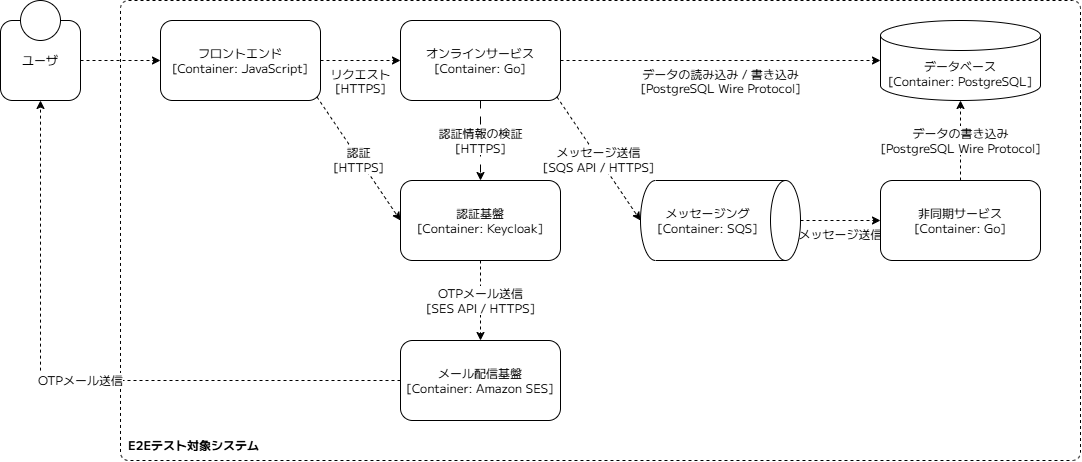
The draw.io diagram docs/20261013_e2e_test_feedback_loop/imgs/overview.drawio.png in rhumie/tech-blog, before a commit. Source tidied: cells renumbered, new cells last; positions are measured from the earlier drawing's top-left corner, leaving out a move shared by most shapes. The source it was exported from:
```xml
<mxGraphModel>
  <root>
    <mxCell id="0" />
    <mxCell id="1" parent="0" />
    <mxCell id="2" value="E2Eテスト対象システム" style="rounded=1;whiteSpace=wrap;html=1;roundedPerimeter=1;strokeColor=default;dashed=1;fillColor=none;fontFamily=M PLUS 1;align=left;verticalAlign=bottom;spacing=8;absoluteArcSize=1;arcSize=16;fontStyle=1;fontSize=12;" parent="1" vertex="1">
      <mxGeometry x="120" width="960" height="460" as="geometry" />
    </mxCell>
    <mxCell id="3" style="edgeStyle=none;html=1;exitX=1;exitY=0.5;exitDx=0;exitDy=0;entryX=0;entryY=0.5;entryDx=0;entryDy=0;fontFamily=M PLUS 1;fontSize=12;dashed=1;" parent="1" edge="1" source="4" target="7">
      <mxGeometry relative="1" as="geometry" />
    </mxCell>
    <mxCell id="4" value="ユーザ" style="rounded=1;whiteSpace=wrap;html=1;roundedPerimeter=1;fontFamily=M PLUS 1;fontSize=12;" parent="1" vertex="1">
      <mxGeometry y="20" width="80" height="80" as="geometry" />
    </mxCell>
    <mxCell id="5" value="リクエスト&lt;br&gt;[HTTPS]" style="edgeStyle=none;html=1;exitX=1;exitY=0.5;exitDx=0;exitDy=0;entryX=0;entryY=0.5;entryDx=0;entryDy=0;fontSize=12;fontFamily=M PLUS 1;dashed=1;verticalAlign=top;" parent="1" edge="1" source="7" target="10">
      <mxGeometry relative="1" as="geometry" />
    </mxCell>
    <mxCell id="6" value="&lt;div&gt;認証&lt;/div&gt;[HTTPS]" style="edgeStyle=none;html=1;exitX=1;exitY=1;exitDx=0;exitDy=0;entryX=0;entryY=0.5;entryDx=0;entryDy=0;fontFamily=M PLUS 1;fontSize=12;dashed=1;" parent="1" edge="1" source="7" target="11">
      <mxGeometry relative="1" as="geometry" />
    </mxCell>
    <mxCell id="7" value="フロントエンド&lt;br&gt;&lt;div&gt;[Container: JavaScript]&lt;/div&gt;" style="rounded=1;whiteSpace=wrap;html=1;roundedPerimeter=1;fontFamily=M PLUS 1;fontSize=12;" parent="1" vertex="1">
      <mxGeometry x="160" y="20" width="160" height="80" as="geometry" />
    </mxCell>
    <mxCell id="8" value="データの読み込み / 書き込み&lt;br&gt;[PostgreSQL Wire Protocol]" style="edgeStyle=none;html=1;exitX=1;exitY=0.5;exitDx=0;exitDy=0;entryX=0;entryY=0.5;entryDx=0;entryDy=0;fontFamily=M PLUS 1;fontSize=12;entryPerimeter=0;dashed=1;verticalAlign=top;" parent="1" edge="1" source="10" target="12">
      <mxGeometry relative="1" as="geometry" />
    </mxCell>
    <mxCell id="9" value="認証情報の検証&lt;br&gt;[HTTPS]" style="edgeStyle=none;html=1;exitX=0.5;exitY=1;exitDx=0;exitDy=0;entryX=0.5;entryY=0;entryDx=0;entryDy=0;fontFamily=M PLUS 1;fontSize=12;dashed=1;dashPattern=8 8;" parent="1" edge="1" source="10" target="11">
      <mxGeometry relative="1" as="geometry" />
    </mxCell>
    <mxCell id="10" value="オンラインサービス&lt;br&gt;&lt;div&gt;[Container: Go]&lt;/div&gt;" style="rounded=1;whiteSpace=wrap;html=1;roundedPerimeter=1;fontFamily=M PLUS 1;fontSize=12;" parent="1" vertex="1">
      <mxGeometry x="400" y="20" width="160" height="80" as="geometry" />
    </mxCell>
    <mxCell id="11" value="&lt;div&gt;認証基盤&lt;br&gt;[Container: Keycloak&lt;span style=&quot;background-color: transparent; color: light-dark(rgb(0, 0, 0), rgb(255, 255, 255));&quot;&gt;]&lt;/span&gt;&lt;/div&gt;" style="rounded=1;whiteSpace=wrap;html=1;roundedPerimeter=1;fontFamily=M PLUS 1;fontSize=12;" parent="1" vertex="1">
      <mxGeometry x="400" y="180" width="160" height="80" as="geometry" />
    </mxCell>
    <mxCell id="12" value="&lt;span style=&quot;&quot;&gt;データベース&lt;/span&gt;&lt;br style=&quot;&quot;&gt;&lt;span style=&quot;&quot;&gt;[Container: PostgreSQL]&lt;/span&gt;" style="shape=cylinder3;whiteSpace=wrap;html=1;boundedLbl=1;backgroundOutline=1;size=15;fontFamily=M PLUS 1;fontSize=12;" parent="1" vertex="1">
      <mxGeometry x="880" y="20" width="160" height="80" as="geometry" />
    </mxCell>
    <mxCell id="13" value="メッセージ送信" style="edgeStyle=none;html=1;exitX=0.5;exitY=0;exitDx=0;exitDy=0;exitPerimeter=0;entryX=0;entryY=0.5;entryDx=0;entryDy=0;dashed=1;fontSize=12;fontFamily=M PLUS 1;verticalAlign=top;" parent="1" edge="1" source="14" target="16">
      <mxGeometry relative="1" as="geometry" />
    </mxCell>
    <mxCell id="14" value="メッセージング&lt;br&gt;[Container: SQS]" style="shape=cylinder3;whiteSpace=wrap;html=1;boundedLbl=1;backgroundOutline=1;size=15;direction=south;fontFamily=M PLUS 1;fontSize=12;" parent="1" vertex="1">
      <mxGeometry x="640" y="180" width="160" height="80" as="geometry" />
    </mxCell>
    <mxCell id="15" value="メッセージ送信&lt;br&gt;[SQS API / HTTPS]" style="edgeStyle=none;html=1;exitX=1;exitY=1;exitDx=0;exitDy=0;entryX=0.5;entryY=1;entryDx=0;entryDy=0;entryPerimeter=0;fontFamily=M PLUS 1;fontSize=12;dashed=1;verticalAlign=middle;" parent="1" edge="1" source="10" target="14">
      <mxGeometry relative="1" as="geometry" />
    </mxCell>
    <mxCell id="16" value="非同期サービス&lt;br&gt;[Container: Go]" style="rounded=1;whiteSpace=wrap;html=1;roundedPerimeter=1;fontFamily=M PLUS 1;fontSize=12;" parent="1" vertex="1">
      <mxGeometry x="880" y="180" width="160" height="80" as="geometry" />
    </mxCell>
    <mxCell id="17" value="データの書き込み&lt;br&gt;[PostgreSQL Wire Protocol]" style="edgeStyle=none;html=1;entryX=0.5;entryY=1;entryDx=0;entryDy=0;entryPerimeter=0;fontFamily=M PLUS 1;fontSize=12;dashed=1;verticalAlign=middle;" parent="1" edge="1" source="16" target="12">
      <mxGeometry relative="1" as="geometry" />
    </mxCell>
    <mxCell id="18" value="OTPメール送信" style="edgeStyle=orthogonalEdgeStyle;html=1;exitX=0;exitY=0.5;exitDx=0;exitDy=0;dashed=1;fontFamily=M PLUS 1;fontSize=12;" parent="1" edge="1" source="19" target="4">
      <mxGeometry relative="1" as="geometry" />
    </mxCell>
    <mxCell id="19" value="&lt;div&gt;メール配信基盤&lt;br&gt;[Container: Amazon SES]&lt;/div&gt;" style="rounded=1;whiteSpace=wrap;html=1;roundedPerimeter=1;fontFamily=M PLUS 1;fontSize=12;" parent="1" vertex="1">
      <mxGeometry x="400" y="340" width="160" height="80" as="geometry" />
    </mxCell>
    <mxCell id="20" value="OTPメール送信&lt;br&gt;[SES API / HTTPS]" style="edgeStyle=none;html=1;fontFamily=M PLUS 1;fontSize=12;dashed=1;verticalAlign=middle;exitX=0.5;exitY=1;exitDx=0;exitDy=0;" parent="1" edge="1" source="11" target="19">
      <mxGeometry relative="1" as="geometry" />
    </mxCell>
    <mxCell id="21" style="ellipse;whiteSpace=wrap;html=1;shapeInside=1;fontFamily=M PLUS 1;fontSize=12;" parent="1" vertex="1">
      <mxGeometry x="20" width="40" height="40" as="geometry" />
    </mxCell>
  </root>
</mxGraphModel>
```
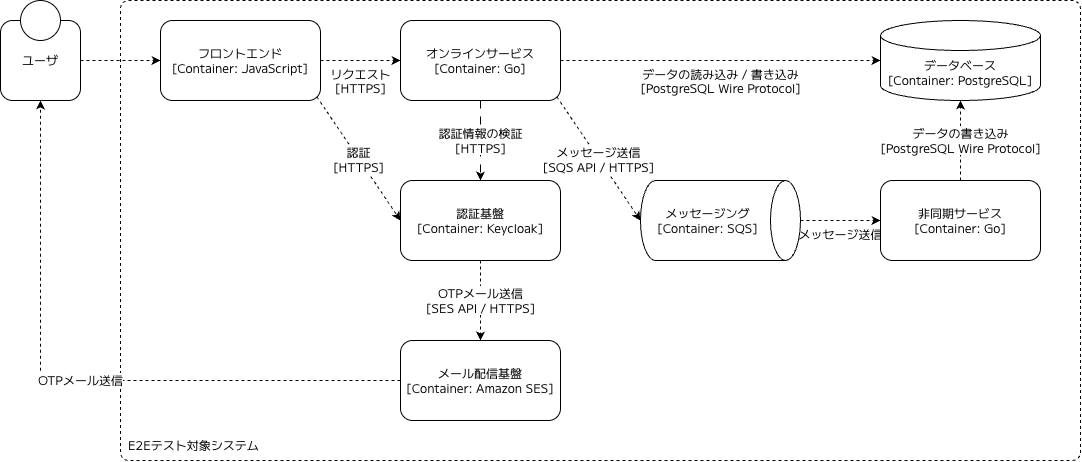
After the change.

The edit, as a diff of the source:
```diff
@@ -2,64 +2,64 @@
   <root>
     <mxCell id="0" />
     <mxCell id="1" parent="0" />
-    <mxCell id="2" value="E2Eテスト対象システム" style="rounded=1;whiteSpace=wrap;html=1;roundedPerimeter=1;strokeColor=default;dashed=1;fillColor=none;fontFamily=M PLUS 1;align=left;verticalAlign=bottom;spacing=8;absoluteArcSize=1;arcSize=16;fontStyle=1;fontSize=12;" parent="1" vertex="1">
+    <mxCell id="2" value="E2Eテスト対象システム" style="rounded=1;whiteSpace=wrap;html=1;roundedPerimeter=1;strokeColor=default;dashed=1;fillColor=none;fontFamily=M PLUS 1;align=left;verticalAlign=bottom;spacing=8;absoluteArcSize=1;arcSize=16;fontStyle=0;fontSize=12;fontSource=https%3A%2F%2Ffonts.googleapis.com%2Fcss%3Ffamily%3DM%2BPLUS%2B1;" parent="1" vertex="1">
       <mxGeometry x="120" width="960" height="460" as="geometry" />
     </mxCell>
-    <mxCell id="3" style="edgeStyle=none;html=1;exitX=1;exitY=0.5;exitDx=0;exitDy=0;entryX=0;entryY=0.5;entryDx=0;entryDy=0;fontFamily=M PLUS 1;fontSize=12;dashed=1;" parent="1" edge="1" source="4" target="7">
+    <mxCell id="3" style="edgeStyle=none;html=1;exitX=1;exitY=0.5;exitDx=0;exitDy=0;entryX=0;entryY=0.5;entryDx=0;entryDy=0;fontFamily=M PLUS 1;fontSize=12;dashed=1;fontSource=https%3A%2F%2Ffonts.googleapis.com%2Fcss%3Ffamily%3DM%2BPLUS%2B1;" parent="1" edge="1" source="4" target="7">
       <mxGeometry relative="1" as="geometry" />
     </mxCell>
-    <mxCell id="4" value="ユーザ" style="rounded=1;whiteSpace=wrap;html=1;roundedPerimeter=1;fontFamily=M PLUS 1;fontSize=12;" parent="1" vertex="1">
+    <mxCell id="4" value="ユーザ" style="rounded=1;whiteSpace=wrap;html=1;roundedPerimeter=1;fontFamily=M PLUS 1;fontSize=12;fontSource=https%3A%2F%2Ffonts.googleapis.com%2Fcss%3Ffamily%3DM%2BPLUS%2B1;" parent="1" vertex="1">
       <mxGeometry y="20" width="80" height="80" as="geometry" />
     </mxCell>
-    <mxCell id="5" value="リクエスト&lt;br&gt;[HTTPS]" style="edgeStyle=none;html=1;exitX=1;exitY=0.5;exitDx=0;exitDy=0;entryX=0;entryY=0.5;entryDx=0;entryDy=0;fontSize=12;fontFamily=M PLUS 1;dashed=1;verticalAlign=top;" parent="1" edge="1" source="7" target="10">
+    <mxCell id="5" value="リクエスト&lt;br&gt;[HTTPS]" style="edgeStyle=none;html=1;exitX=1;exitY=0.5;exitDx=0;exitDy=0;entryX=0;entryY=0.5;entryDx=0;entryDy=0;fontSize=12;fontFamily=M PLUS 1;dashed=1;verticalAlign=top;fontSource=https%3A%2F%2Ffonts.googleapis.com%2Fcss%3Ffamily%3DM%2BPLUS%2B1;" parent="1" edge="1" source="7" target="10">
       <mxGeometry relative="1" as="geometry" />
     </mxCell>
-    <mxCell id="6" value="&lt;div&gt;認証&lt;/div&gt;[HTTPS]" style="edgeStyle=none;html=1;exitX=1;exitY=1;exitDx=0;exitDy=0;entryX=0;entryY=0.5;entryDx=0;entryDy=0;fontFamily=M PLUS 1;fontSize=12;dashed=1;" parent="1" edge="1" source="7" target="11">
+    <mxCell id="6" value="&lt;div&gt;認証&lt;/div&gt;[HTTPS]" style="edgeStyle=none;html=1;exitX=1;exitY=1;exitDx=0;exitDy=0;entryX=0;entryY=0.5;entryDx=0;entryDy=0;fontFamily=M PLUS 1;fontSize=12;dashed=1;fontSource=https%3A%2F%2Ffonts.googleapis.com%2Fcss%3Ffamily%3DM%2BPLUS%2B1;" parent="1" edge="1" source="7" target="11">
       <mxGeometry relative="1" as="geometry" />
     </mxCell>
-    <mxCell id="7" value="フロントエンド&lt;br&gt;&lt;div&gt;[Container: JavaScript]&lt;/div&gt;" style="rounded=1;whiteSpace=wrap;html=1;roundedPerimeter=1;fontFamily=M PLUS 1;fontSize=12;" parent="1" vertex="1">
+    <mxCell id="7" value="フロントエンド&lt;br&gt;&lt;div&gt;[Container: JavaScript]&lt;/div&gt;" style="rounded=1;whiteSpace=wrap;html=1;roundedPerimeter=1;fontFamily=M PLUS 1;fontSize=12;fontSource=https%3A%2F%2Ffonts.googleapis.com%2Fcss%3Ffamily%3DM%2BPLUS%2B1;" parent="1" vertex="1">
       <mxGeometry x="160" y="20" width="160" height="80" as="geometry" />
     </mxCell>
-    <mxCell id="8" value="データの読み込み / 書き込み&lt;br&gt;[PostgreSQL Wire Protocol]" style="edgeStyle=none;html=1;exitX=1;exitY=0.5;exitDx=0;exitDy=0;entryX=0;entryY=0.5;entryDx=0;entryDy=0;fontFamily=M PLUS 1;fontSize=12;entryPerimeter=0;dashed=1;verticalAlign=top;" parent="1" edge="1" source="10" target="12">
+    <mxCell id="8" value="データの読み込み / 書き込み&lt;br&gt;[PostgreSQL Wire Protocol]" style="edgeStyle=none;html=1;exitX=1;exitY=0.5;exitDx=0;exitDy=0;entryX=0;entryY=0.5;entryDx=0;entryDy=0;fontFamily=M PLUS 1;fontSize=12;entryPerimeter=0;dashed=1;verticalAlign=top;fontSource=https%3A%2F%2Ffonts.googleapis.com%2Fcss%3Ffamily%3DM%2BPLUS%2B1;" parent="1" edge="1" source="10" target="12">
       <mxGeometry relative="1" as="geometry" />
     </mxCell>
-    <mxCell id="9" value="認証情報の検証&lt;br&gt;[HTTPS]" style="edgeStyle=none;html=1;exitX=0.5;exitY=1;exitDx=0;exitDy=0;entryX=0.5;entryY=0;entryDx=0;entryDy=0;fontFamily=M PLUS 1;fontSize=12;dashed=1;dashPattern=8 8;" parent="1" edge="1" source="10" target="11">
+    <mxCell id="9" value="認証情報の検証&lt;br&gt;[HTTPS]" style="edgeStyle=none;html=1;exitX=0.5;exitY=1;exitDx=0;exitDy=0;entryX=0.5;entryY=0;entryDx=0;entryDy=0;fontFamily=M PLUS 1;fontSize=12;dashed=1;dashPattern=8 8;fontSource=https%3A%2F%2Ffonts.googleapis.com%2Fcss%3Ffamily%3DM%2BPLUS%2B1;" parent="1" edge="1" source="10" target="11">
       <mxGeometry relative="1" as="geometry" />
     </mxCell>
-    <mxCell id="10" value="オンラインサービス&lt;br&gt;&lt;div&gt;[Container: Go]&lt;/div&gt;" style="rounded=1;whiteSpace=wrap;html=1;roundedPerimeter=1;fontFamily=M PLUS 1;fontSize=12;" parent="1" vertex="1">
+    <mxCell id="10" value="オンラインサービス&lt;br&gt;&lt;div&gt;[Container: Go]&lt;/div&gt;" style="rounded=1;whiteSpace=wrap;html=1;roundedPerimeter=1;fontFamily=M PLUS 1;fontSize=12;fontSource=https%3A%2F%2Ffonts.googleapis.com%2Fcss%3Ffamily%3DM%2BPLUS%2B1;" parent="1" vertex="1">
       <mxGeometry x="400" y="20" width="160" height="80" as="geometry" />
     </mxCell>
-    <mxCell id="11" value="&lt;div&gt;認証基盤&lt;br&gt;[Container: Keycloak&lt;span style=&quot;background-color: transparent; color: light-dark(rgb(0, 0, 0), rgb(255, 255, 255));&quot;&gt;]&lt;/span&gt;&lt;/div&gt;" style="rounded=1;whiteSpace=wrap;html=1;roundedPerimeter=1;fontFamily=M PLUS 1;fontSize=12;" parent="1" vertex="1">
+    <mxCell id="11" value="&lt;div&gt;認証基盤&lt;br&gt;[Container: Keycloak&lt;span style=&quot;background-color: transparent; color: light-dark(rgb(0, 0, 0), rgb(255, 255, 255));&quot;&gt;]&lt;/span&gt;&lt;/div&gt;" style="rounded=1;whiteSpace=wrap;html=1;roundedPerimeter=1;fontFamily=M PLUS 1;fontSize=12;fontSource=https%3A%2F%2Ffonts.googleapis.com%2Fcss%3Ffamily%3DM%2BPLUS%2B1;" parent="1" vertex="1">
       <mxGeometry x="400" y="180" width="160" height="80" as="geometry" />
     </mxCell>
-    <mxCell id="12" value="&lt;span style=&quot;&quot;&gt;データベース&lt;/span&gt;&lt;br style=&quot;&quot;&gt;&lt;span style=&quot;&quot;&gt;[Container: PostgreSQL]&lt;/span&gt;" style="shape=cylinder3;whiteSpace=wrap;html=1;boundedLbl=1;backgroundOutline=1;size=15;fontFamily=M PLUS 1;fontSize=12;" parent="1" vertex="1">
+    <mxCell id="12" value="&lt;span style=&quot;&quot;&gt;データベース&lt;/span&gt;&lt;br style=&quot;&quot;&gt;&lt;span style=&quot;&quot;&gt;[Container: PostgreSQL]&lt;/span&gt;" style="shape=cylinder3;whiteSpace=wrap;html=1;boundedLbl=1;backgroundOutline=1;size=15;fontFamily=M PLUS 1;fontSize=12;fontSource=https%3A%2F%2Ffonts.googleapis.com%2Fcss%3Ffamily%3DM%2BPLUS%2B1;" parent="1" vertex="1">
       <mxGeometry x="880" y="20" width="160" height="80" as="geometry" />
     </mxCell>
-    <mxCell id="13" value="メッセージ送信" style="edgeStyle=none;html=1;exitX=0.5;exitY=0;exitDx=0;exitDy=0;exitPerimeter=0;entryX=0;entryY=0.5;entryDx=0;entryDy=0;dashed=1;fontSize=12;fontFamily=M PLUS 1;verticalAlign=top;" parent="1" edge="1" source="14" target="16">
+    <mxCell id="13" value="メッセージ送信" style="edgeStyle=none;html=1;exitX=0.5;exitY=0;exitDx=0;exitDy=0;exitPerimeter=0;entryX=0;entryY=0.5;entryDx=0;entryDy=0;dashed=1;fontSize=12;fontFamily=M PLUS 1;verticalAlign=top;fontSource=https%3A%2F%2Ffonts.googleapis.com%2Fcss%3Ffamily%3DM%2BPLUS%2B1;" parent="1" edge="1" source="14" target="16">
       <mxGeometry relative="1" as="geometry" />
     </mxCell>
-    <mxCell id="14" value="メッセージング&lt;br&gt;[Container: SQS]" style="shape=cylinder3;whiteSpace=wrap;html=1;boundedLbl=1;backgroundOutline=1;size=15;direction=south;fontFamily=M PLUS 1;fontSize=12;" parent="1" vertex="1">
+    <mxCell id="14" value="メッセージング&lt;br&gt;[Container: SQS]" style="shape=cylinder3;whiteSpace=wrap;html=1;boundedLbl=1;backgroundOutline=1;size=15;direction=south;fontFamily=M PLUS 1;fontSize=12;fontSource=https%3A%2F%2Ffonts.googleapis.com%2Fcss%3Ffamily%3DM%2BPLUS%2B1;" parent="1" vertex="1">
       <mxGeometry x="640" y="180" width="160" height="80" as="geometry" />
     </mxCell>
-    <mxCell id="15" value="メッセージ送信&lt;br&gt;[SQS API / HTTPS]" style="edgeStyle=none;html=1;exitX=1;exitY=1;exitDx=0;exitDy=0;entryX=0.5;entryY=1;entryDx=0;entryDy=0;entryPerimeter=0;fontFamily=M PLUS 1;fontSize=12;dashed=1;verticalAlign=middle;" parent="1" edge="1" source="10" target="14">
+    <mxCell id="15" value="メッセージ送信&lt;br&gt;[SQS API / HTTPS]" style="edgeStyle=none;html=1;exitX=1;exitY=1;exitDx=0;exitDy=0;entryX=0.5;entryY=1;entryDx=0;entryDy=0;entryPerimeter=0;fontFamily=M PLUS 1;fontSize=12;dashed=1;verticalAlign=middle;fontSource=https%3A%2F%2Ffonts.googleapis.com%2Fcss%3Ffamily%3DM%2BPLUS%2B1;" parent="1" edge="1" source="10" target="14">
       <mxGeometry relative="1" as="geometry" />
     </mxCell>
-    <mxCell id="16" value="非同期サービス&lt;br&gt;[Container: Go]" style="rounded=1;whiteSpace=wrap;html=1;roundedPerimeter=1;fontFamily=M PLUS 1;fontSize=12;" parent="1" vertex="1">
+    <mxCell id="16" value="非同期サービス&lt;br&gt;[Container: Go]" style="rounded=1;whiteSpace=wrap;html=1;roundedPerimeter=1;fontFamily=M PLUS 1;fontSize=12;fontSource=https%3A%2F%2Ffonts.googleapis.com%2Fcss%3Ffamily%3DM%2BPLUS%2B1;" parent="1" vertex="1">
       <mxGeometry x="880" y="180" width="160" height="80" as="geometry" />
     </mxCell>
-    <mxCell id="17" value="データの書き込み&lt;br&gt;[PostgreSQL Wire Protocol]" style="edgeStyle=none;html=1;entryX=0.5;entryY=1;entryDx=0;entryDy=0;entryPerimeter=0;fontFamily=M PLUS 1;fontSize=12;dashed=1;verticalAlign=middle;" parent="1" edge="1" source="16" target="12">
+    <mxCell id="17" value="データの書き込み&lt;br&gt;[PostgreSQL Wire Protocol]" style="edgeStyle=none;html=1;entryX=0.5;entryY=1;entryDx=0;entryDy=0;entryPerimeter=0;fontFamily=M PLUS 1;fontSize=12;dashed=1;verticalAlign=middle;fontSource=https%3A%2F%2Ffonts.googleapis.com%2Fcss%3Ffamily%3DM%2BPLUS%2B1;" parent="1" edge="1" source="16" target="12">
       <mxGeometry relative="1" as="geometry" />
     </mxCell>
-    <mxCell id="18" value="OTPメール送信" style="edgeStyle=orthogonalEdgeStyle;html=1;exitX=0;exitY=0.5;exitDx=0;exitDy=0;dashed=1;fontFamily=M PLUS 1;fontSize=12;" parent="1" edge="1" source="19" target="4">
+    <mxCell id="18" value="OTPメール送信" style="edgeStyle=orthogonalEdgeStyle;html=1;exitX=0;exitY=0.5;exitDx=0;exitDy=0;dashed=1;fontFamily=M PLUS 1;fontSize=12;fontSource=https%3A%2F%2Ffonts.googleapis.com%2Fcss%3Ffamily%3DM%2BPLUS%2B1;" parent="1" edge="1" source="19" target="4">
       <mxGeometry relative="1" as="geometry" />
     </mxCell>
-    <mxCell id="19" value="&lt;div&gt;メール配信基盤&lt;br&gt;[Container: Amazon SES]&lt;/div&gt;" style="rounded=1;whiteSpace=wrap;html=1;roundedPerimeter=1;fontFamily=M PLUS 1;fontSize=12;" parent="1" vertex="1">
+    <mxCell id="19" value="&lt;div&gt;メール配信基盤&lt;br&gt;[Container: Amazon SES]&lt;/div&gt;" style="rounded=1;whiteSpace=wrap;html=1;roundedPerimeter=1;fontFamily=M PLUS 1;fontSize=12;fontSource=https%3A%2F%2Ffonts.googleapis.com%2Fcss%3Ffamily%3DM%2BPLUS%2B1;" parent="1" vertex="1">
       <mxGeometry x="400" y="340" width="160" height="80" as="geometry" />
     </mxCell>
-    <mxCell id="20" value="OTPメール送信&lt;br&gt;[SES API / HTTPS]" style="edgeStyle=none;html=1;fontFamily=M PLUS 1;fontSize=12;dashed=1;verticalAlign=middle;exitX=0.5;exitY=1;exitDx=0;exitDy=0;" parent="1" edge="1" source="11" target="19">
+    <mxCell id="20" value="OTPメール送信&lt;br&gt;[SES API / HTTPS]" style="edgeStyle=none;html=1;fontFamily=M PLUS 1;fontSize=12;dashed=1;verticalAlign=middle;exitX=0.5;exitY=1;exitDx=0;exitDy=0;fontSource=https%3A%2F%2Ffonts.googleapis.com%2Fcss%3Ffamily%3DM%2BPLUS%2B1;" parent="1" edge="1" source="11" target="19">
       <mxGeometry relative="1" as="geometry" />
     </mxCell>
-    <mxCell id="21" style="ellipse;whiteSpace=wrap;html=1;shapeInside=1;fontFamily=M PLUS 1;fontSize=12;" parent="1" vertex="1">
+    <mxCell id="21" style="ellipse;whiteSpace=wrap;html=1;shapeInside=1;fontFamily=M PLUS 1;fontSize=12;fontSource=https%3A%2F%2Ffonts.googleapis.com%2Fcss%3Ffamily%3DM%2BPLUS%2B1;" parent="1" vertex="1">
       <mxGeometry x="20" width="40" height="40" as="geometry" />
     </mxCell>
   </root>
```
